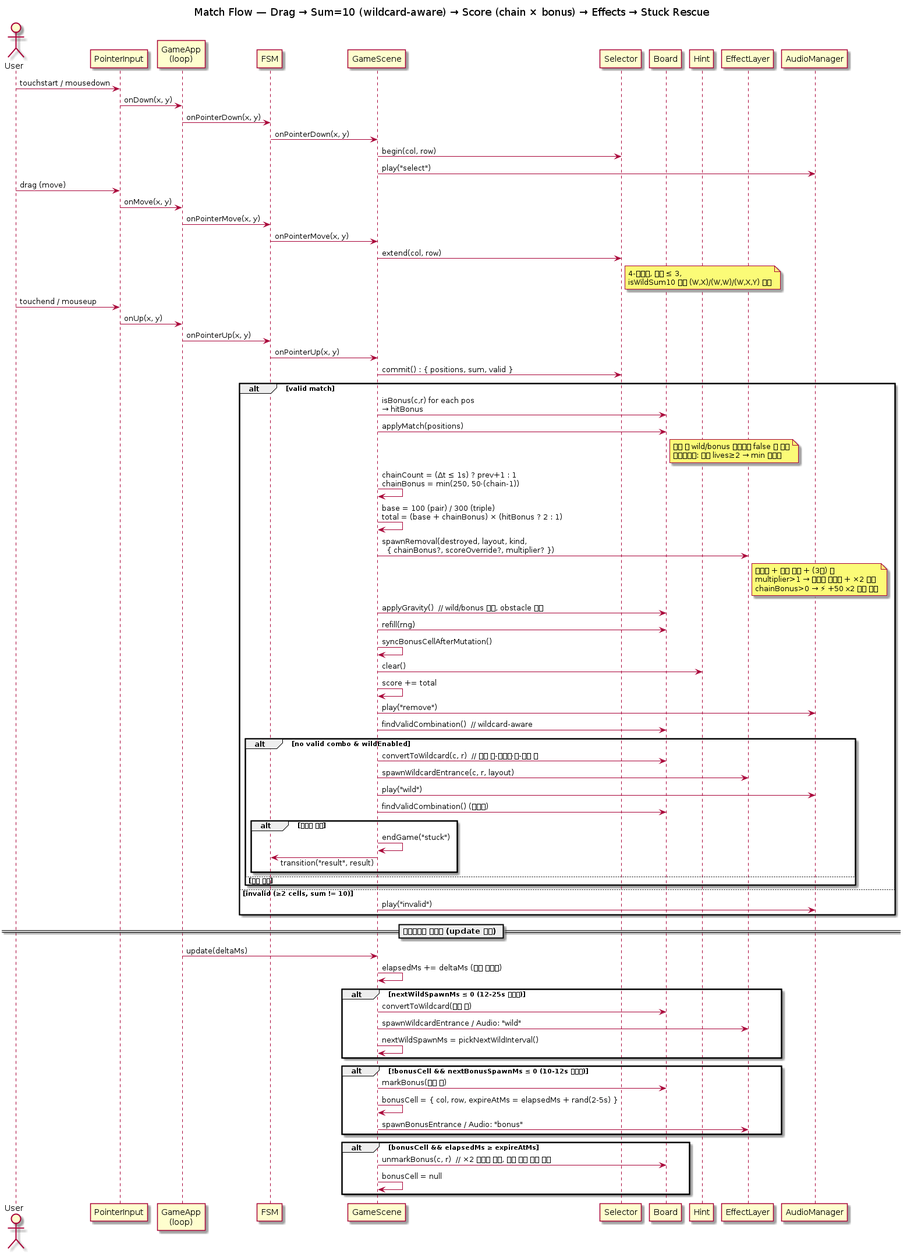
The PlantUML diagram docs/uml/sequence-match.png in chobocho/make10, before a commit. Its source is kept beside it as docs/uml/sequence-match.puml.
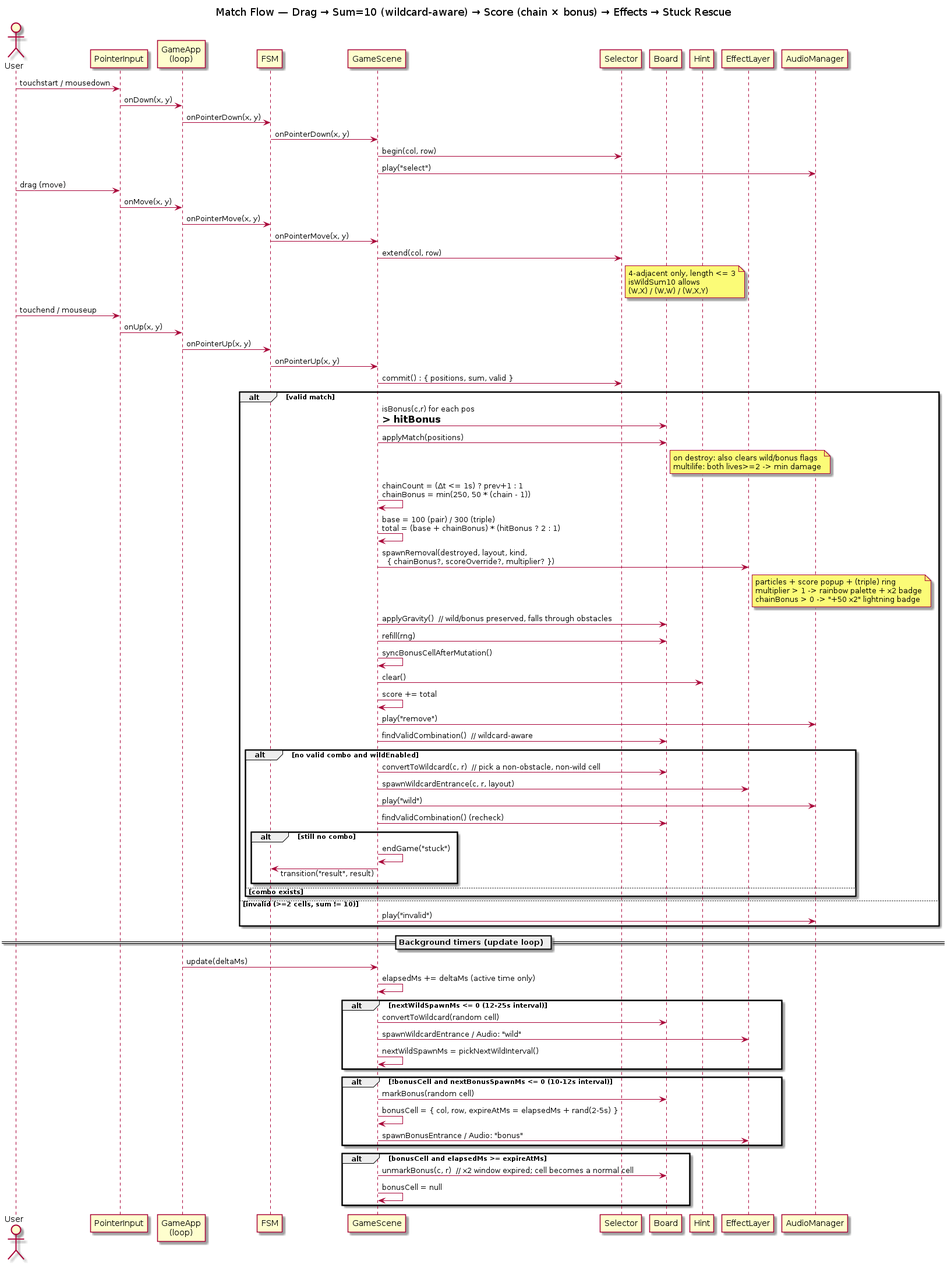
Later version of the same file.

Diff of the diagram source:
```diff
@@ -25,8 +25,9 @@
 FSM -> GS : onPointerMove(x, y)
 GS -> Sel : extend(col, row)
 note right of Sel
-  4-인접만, 길이 ≤ 3,
-  isWildSum10 으로 (W,X)/(W,W)/(W,X,Y) 허용
+  4-adjacent only, length <= 3
+  isWildSum10 allows
+  (W,X) / (W,W) / (W,X,Y)
 end note
 
 User -> PI : touchend / mouseup
@@ -36,24 +37,24 @@
 GS -> Sel : commit() : { positions, sum, valid }
 
 alt valid match
-  GS -> Board : isBonus(c,r) for each pos\n→ hitBonus
+  GS -> Board : isBonus(c,r) for each pos\n=> hitBonus
   GS -> Board : applyMatch(positions)
   note right of Board
-    파괴 시 wild/bonus 플래그도 false 로 정리
-    멀티라이프: 양쪽 lives≥2 → min 데미지
+    on destroy: also clears wild/bonus flags
+    multilife: both lives>=2 -> min damage
   end note
 
-  GS -> GS : chainCount = (Δt ≤ 1s) ? prev+1 : 1\nchainBonus = min(250, 50·(chain-1))
-  GS -> GS : base = 100 (pair) / 300 (triple)\ntotal = (base + chainBonus) × (hitBonus ? 2 : 1)
+  GS -> GS : chainCount = (Δt <= 1s) ? prev+1 : 1\nchainBonus = min(250, 50 * (chain - 1))
+  GS -> GS : base = 100 (pair) / 300 (triple)\ntotal = (base + chainBonus) * (hitBonus ? 2 : 1)
 
   GS -> Fx : spawnRemoval(destroyed, layout, kind,\n  { chainBonus?, scoreOverride?, multiplier? })
   note right of Fx
-    파티클 + 점수 팝업 + (3셀) 링
-    multiplier>1 → 무지개 팔레트 + ×2 배지
-    chainBonus>0 → ⚡ +50 x2 배지 추가
+    particles + score popup + (triple) ring
+    multiplier > 1 -> rainbow palette + x2 badge
+    chainBonus > 0 -> "+50 x2" lightning badge
   end note
 
-  GS -> Board : applyGravity()  // wild/bonus 보존, obstacle 통과
+  GS -> Board : applyGravity()  // wild/bonus preserved, falls through obstacles
   GS -> Board : refill(rng)
   GS -> GS : syncBonusCellAfterMutation()
   GS -> Hint : clear()
@@ -61,40 +62,40 @@
   GS -> Audio : play("remove")
 
   GS -> Board : findValidCombination()  // wildcard-aware
-  alt no valid combo & wildEnabled
-    GS -> Board : convertToWildcard(c, r)  // 임의 비-장애물·비-만능 셀
+  alt no valid combo and wildEnabled
+    GS -> Board : convertToWildcard(c, r)  // pick a non-obstacle, non-wild cell
     GS -> Fx : spawnWildcardEntrance(c, r, layout)
     GS -> Audio : play("wild")
-    GS -> Board : findValidCombination() (재검사)
-    alt 여전히 없음
+    GS -> Board : findValidCombination() (recheck)
+    alt still no combo
       GS -> GS : endGame("stuck")
       GS -> FSM : transition("result", result)
     end
-  else 매치 가능
+  else combo exists
   end
 
-else invalid (≥2 cells, sum != 10)
+else invalid (>=2 cells, sum != 10)
   GS -> Audio : play("invalid")
 end
 
-== 백그라운드 타이머 (update 루프) ==
+== Background timers (update loop) ==
 App -> GS : update(deltaMs)
-GS -> GS : elapsedMs += deltaMs (활성 시간만)
+GS -> GS : elapsedMs += deltaMs (active time only)
 
-alt nextWildSpawnMs ≤ 0 (12-25s 인터벌)
-  GS -> Board : convertToWildcard(임의 셀)
+alt nextWildSpawnMs <= 0 (12-25s interval)
+  GS -> Board : convertToWildcard(random cell)
   GS -> Fx : spawnWildcardEntrance / Audio: "wild"
   GS -> GS : nextWildSpawnMs = pickNextWildInterval()
 end
 
-alt !bonusCell && nextBonusSpawnMs ≤ 0 (10-12s 인터벌)
-  GS -> Board : markBonus(임의 셀)
+alt !bonusCell and nextBonusSpawnMs <= 0 (10-12s interval)
+  GS -> Board : markBonus(random cell)
   GS -> GS : bonusCell = { col, row, expireAtMs = elapsedMs + rand(2-5s) }
   GS -> Fx : spawnBonusEntrance / Audio: "bonus"
 end
 
-alt bonusCell && elapsedMs ≥ expireAtMs
-  GS -> Board : unmarkBonus(c, r)  // ×2 윈도우 만료, 셀은 일반 셀로 복귀
+alt bonusCell and elapsedMs >= expireAtMs
+  GS -> Board : unmarkBonus(c, r)  // x2 window expired; cell becomes a normal cell
   GS -> GS : bonusCell = null
 end
 @enduml
```
